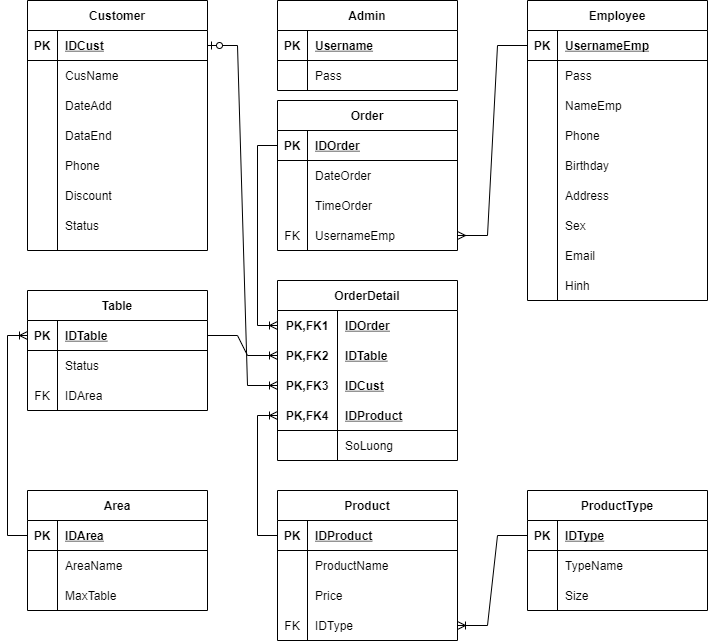
This is Img/ERD_QL_Coffee-HT.drawio.png from manhpdph15069/Coffee_QL_Sanfrancisco, a draw.io export, as it was before one commit. Source tidied: cells renumbered, new cells last; positions are measured from the earlier drawing's top-left corner, leaving out a move shared by most shapes.
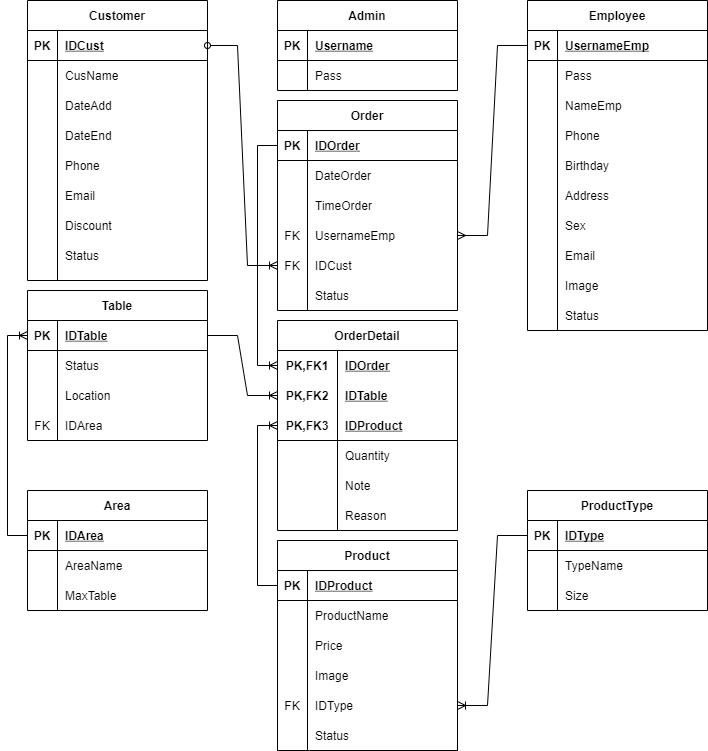
The same diagram one commit later.

Diff of the diagram source:
```diff
@@ -3,7 +3,7 @@
     <mxCell id="0" />
     <mxCell id="1" parent="0" />
     <mxCell id="2" value="Employee" style="shape=table;startSize=30;rowLines=0;fontStyle=1;align=center;" parent="1" vertex="1">
-      <mxGeometry x="520" width="180" height="300" as="geometry" />
+      <mxGeometry x="520" width="180" height="330" as="geometry" />
     </mxCell>
     <mxCell id="3" style="shape=partialRectangle;fillColor=none;top=0;left=0;bottom=1;right=0;points=[[0,0.5],[1,0.5]];portConstraint=eastwest;" parent="2" vertex="1">
       <mxGeometry y="30" width="180" height="30" as="geometry" />
@@ -83,11 +83,20 @@
     <mxCell id="28" style="shape=partialRectangle;fillColor=none;top=0;left=0;bottom=0;right=0;overflow=hidden;" parent="27" vertex="1">
       <mxGeometry width="30" height="30" as="geometry" />
     </mxCell>
-    <mxCell id="29" value="Hinh" style="shape=partialRectangle;fillColor=none;top=0;left=0;bottom=0;right=0;align=left;spacingLeft=6;overflow=hidden;" parent="27" vertex="1">
+    <mxCell id="29" value="Image" style="shape=partialRectangle;fillColor=none;top=0;left=0;bottom=0;right=0;align=left;spacingLeft=6;overflow=hidden;" parent="27" vertex="1">
       <mxGeometry x="30" width="150" height="30" as="geometry" />
     </mxCell>
+    <mxCell id="138" style="shape=partialRectangle;fillColor=none;top=0;left=0;bottom=0;right=0;" parent="2" vertex="1">
+      <mxGeometry y="300" width="180" height="30" as="geometry" />
+    </mxCell>
+    <mxCell id="139" style="shape=partialRectangle;fillColor=none;top=0;left=0;bottom=0;right=0;overflow=hidden;" parent="138" vertex="1">
+      <mxGeometry width="30" height="30" as="geometry" />
+    </mxCell>
+    <mxCell id="140" value="Status" style="shape=partialRectangle;fillColor=none;top=0;left=0;bottom=0;right=0;align=left;spacingLeft=6;overflow=hidden;" parent="138" vertex="1">
+      <mxGeometry x="30" width="150" height="30" as="geometry" />
+    </mxCell>
     <mxCell id="30" value="Order" style="shape=table;startSize=30;rowLines=0;fontStyle=1;align=center;" parent="1" vertex="1">
-      <mxGeometry x="270" y="100" width="180" height="150" as="geometry" />
+      <mxGeometry x="270" y="100" width="180" height="210" as="geometry" />
     </mxCell>
     <mxCell id="31" style="shape=partialRectangle;fillColor=none;top=0;left=0;bottom=1;right=0;points=[[0,0.5],[1,0.5]];portConstraint=eastwest;" parent="30" vertex="1">
       <mxGeometry y="30" width="180" height="30" as="geometry" />
@@ -125,8 +134,26 @@
     <mxCell id="42" value="UsernameEmp" style="shape=partialRectangle;fillColor=none;top=0;left=0;bottom=0;right=0;align=left;spacingLeft=6;overflow=hidden;" parent="40" vertex="1">
       <mxGeometry x="30" width="150" height="30" as="geometry" />
     </mxCell>
+    <mxCell id="141" style="shape=partialRectangle;fillColor=none;top=0;left=0;bottom=0;right=0;points=[[0,0.5],[1,0.5]];portConstraint=eastwest;" parent="30" vertex="1">
+      <mxGeometry y="150" width="180" height="30" as="geometry" />
+    </mxCell>
+    <mxCell id="142" value="FK" style="shape=partialRectangle;fillColor=none;top=0;left=0;bottom=0;right=0;overflow=hidden;" parent="141" vertex="1">
+      <mxGeometry width="30" height="30" as="geometry" />
+    </mxCell>
+    <mxCell id="52" value="IDCust" style="shape=partialRectangle;fillColor=none;top=0;left=0;bottom=0;right=0;align=left;spacingLeft=6;overflow=hidden;" parent="141" vertex="1">
+      <mxGeometry x="30" width="150" height="30" as="geometry" />
+    </mxCell>
+    <mxCell id="143" style="shape=partialRectangle;fillColor=none;top=0;left=0;bottom=0;right=0;" parent="30" vertex="1">
+      <mxGeometry y="180" width="180" height="30" as="geometry" />
+    </mxCell>
+    <mxCell id="144" style="shape=partialRectangle;fillColor=none;top=0;left=0;bottom=0;right=0;overflow=hidden;" parent="143" vertex="1">
+      <mxGeometry width="30" height="30" as="geometry" />
+    </mxCell>
+    <mxCell id="145" value="Status" style="shape=partialRectangle;fillColor=none;top=0;left=0;bottom=0;right=0;align=left;spacingLeft=6;overflow=hidden;" parent="143" vertex="1">
+      <mxGeometry x="30" width="150" height="30" as="geometry" />
+    </mxCell>
     <mxCell id="43" value="OrderDetail" style="shape=table;startSize=30;rowLines=0;fontStyle=1;align=center;" parent="1" vertex="1">
-      <mxGeometry x="270" y="280" width="180" height="180" as="geometry" />
+      <mxGeometry x="270" y="320" width="180" height="210" as="geometry" />
     </mxCell>
     <mxCell id="44" style="shape=partialRectangle;fillColor=none;top=0;left=0;bottom=0;right=0;points=[[0,0.5],[1,0.5]];portConstraint=eastwest;" parent="43" vertex="1">
       <mxGeometry y="30" width="180" height="30" as="geometry" />
@@ -146,35 +173,44 @@
     <mxCell id="49" value="IDTable" style="shape=partialRectangle;fillColor=none;top=0;left=0;bottom=0;right=0;align=left;spacingLeft=6;fontStyle=5;overflow=hidden;" parent="47" vertex="1">
       <mxGeometry x="60" width="120" height="30" as="geometry" />
     </mxCell>
-    <mxCell id="50" style="shape=partialRectangle;fillColor=none;top=0;left=0;bottom=0;right=0;points=[[0,0.5],[1,0.5]];portConstraint=eastwest;" parent="43" vertex="1">
-      <mxGeometry y="90" width="180" height="30" as="geometry" />
-    </mxCell>
-    <mxCell id="51" value="PK,FK3" style="shape=partialRectangle;fillColor=none;top=0;left=0;bottom=0;right=0;fontStyle=1;overflow=hidden;" parent="50" vertex="1">
-      <mxGeometry width="60" height="30" as="geometry" />
-    </mxCell>
-    <mxCell id="52" value="IDCust" style="shape=partialRectangle;fillColor=none;top=0;left=0;bottom=0;right=0;align=left;spacingLeft=6;fontStyle=5;overflow=hidden;" parent="50" vertex="1">
-      <mxGeometry x="60" width="120" height="30" as="geometry" />
-    </mxCell>
     <mxCell id="53" style="shape=partialRectangle;fillColor=none;top=0;left=0;bottom=1;right=0;points=[[0,0.5],[1,0.5]];portConstraint=eastwest;" parent="43" vertex="1">
-      <mxGeometry y="120" width="180" height="30" as="geometry" />
+      <mxGeometry y="90" width="180" height="30" as="geometry" />
     </mxCell>
-    <mxCell id="54" value="PK,FK4" style="shape=partialRectangle;fillColor=none;top=0;left=0;bottom=0;right=0;fontStyle=1;overflow=hidden;" parent="53" vertex="1">
+    <mxCell id="54" value="PK,FK3" style="shape=partialRectangle;fillColor=none;top=0;left=0;bottom=0;right=0;fontStyle=1;overflow=hidden;" parent="53" vertex="1">
       <mxGeometry width="60" height="30" as="geometry" />
     </mxCell>
     <mxCell id="55" value="IDProduct" style="shape=partialRectangle;fillColor=none;top=0;left=0;bottom=0;right=0;align=left;spacingLeft=6;fontStyle=5;overflow=hidden;" parent="53" vertex="1">
       <mxGeometry x="60" width="120" height="30" as="geometry" />
     </mxCell>
     <mxCell id="56" style="shape=partialRectangle;fillColor=none;top=0;left=0;bottom=0;right=0;" parent="43" vertex="1">
-      <mxGeometry y="150" width="180" height="30" as="geometry" />
+      <mxGeometry y="120" width="180" height="30" as="geometry" />
     </mxCell>
     <mxCell id="57" style="shape=partialRectangle;fillColor=none;top=0;left=0;bottom=0;right=0;overflow=hidden;" parent="56" vertex="1">
       <mxGeometry width="60" height="30" as="geometry" />
     </mxCell>
-    <mxCell id="58" value="SoLuong" style="shape=partialRectangle;fillColor=none;top=0;left=0;bottom=0;right=0;align=left;spacingLeft=6;overflow=hidden;" parent="56" vertex="1">
+    <mxCell id="58" value="Quantity" style="shape=partialRectangle;fillColor=none;top=0;left=0;bottom=0;right=0;align=left;spacingLeft=6;overflow=hidden;" parent="56" vertex="1">
       <mxGeometry x="60" width="120" height="30" as="geometry" />
     </mxCell>
+    <mxCell id="146" style="shape=partialRectangle;fillColor=none;top=0;left=0;bottom=0;right=0;" parent="43" vertex="1">
+      <mxGeometry y="150" width="180" height="30" as="geometry" />
+    </mxCell>
+    <mxCell id="147" style="shape=partialRectangle;fillColor=none;top=0;left=0;bottom=0;right=0;overflow=hidden;" parent="146" vertex="1">
+      <mxGeometry width="60" height="30" as="geometry" />
+    </mxCell>
+    <mxCell id="148" value="Note" style="shape=partialRectangle;fillColor=none;top=0;left=0;bottom=0;right=0;align=left;spacingLeft=6;overflow=hidden;" parent="146" vertex="1">
+      <mxGeometry x="60" width="120" height="30" as="geometry" />
+    </mxCell>
+    <mxCell id="149" style="shape=partialRectangle;fillColor=none;top=0;left=0;bottom=0;right=0;" parent="43" vertex="1">
+      <mxGeometry y="180" width="180" height="30" as="geometry" />
+    </mxCell>
+    <mxCell id="150" style="shape=partialRectangle;fillColor=none;top=0;left=0;bottom=0;right=0;overflow=hidden;" parent="149" vertex="1">
+      <mxGeometry width="60" height="30" as="geometry" />
+    </mxCell>
+    <mxCell id="151" value="Reason" style="shape=partialRectangle;fillColor=none;top=0;left=0;bottom=0;right=0;align=left;spacingLeft=6;overflow=hidden;" parent="149" vertex="1">
+      <mxGeometry x="60" width="120" height="30" as="geometry" />
+    </mxCell>
     <mxCell id="59" value="Product" style="shape=table;startSize=30;rowLines=0;fontStyle=1;align=center;" parent="1" vertex="1">
-      <mxGeometry x="270" y="490" width="180" height="150" as="geometry" />
+      <mxGeometry x="270" y="540" width="180" height="210" as="geometry" />
     </mxCell>
     <mxCell id="60" style="shape=partialRectangle;fillColor=none;top=0;left=0;bottom=1;right=0;points=[[0,0.5],[1,0.5]];portConstraint=eastwest;" parent="59" vertex="1">
       <mxGeometry y="30" width="180" height="30" as="geometry" />
@@ -203,8 +239,17 @@
     <mxCell id="68" value="Price" style="shape=partialRectangle;fillColor=none;top=0;left=0;bottom=0;right=0;align=left;spacingLeft=6;overflow=hidden;" parent="66" vertex="1">
       <mxGeometry x="30" width="150" height="30" as="geometry" />
     </mxCell>
+    <mxCell id="152" style="shape=partialRectangle;fillColor=none;top=0;left=0;bottom=0;right=0;" parent="59" vertex="1">
+      <mxGeometry y="120" width="180" height="30" as="geometry" />
+    </mxCell>
+    <mxCell id="153" style="shape=partialRectangle;fillColor=none;top=0;left=0;bottom=0;right=0;overflow=hidden;" parent="152" vertex="1">
+      <mxGeometry width="30" height="30" as="geometry" />
+    </mxCell>
+    <mxCell id="154" value="Image" style="shape=partialRectangle;fillColor=none;top=0;left=0;bottom=0;right=0;align=left;spacingLeft=6;overflow=hidden;" parent="152" vertex="1">
+      <mxGeometry x="30" width="150" height="30" as="geometry" />
+    </mxCell>
     <mxCell id="69" style="shape=partialRectangle;fillColor=none;top=0;left=0;bottom=0;right=0;points=[[0,0.5],[1,0.5]];portConstraint=eastwest;" parent="59" vertex="1">
-      <mxGeometry y="120" width="180" height="30" as="geometry" />
+      <mxGeometry y="150" width="180" height="30" as="geometry" />
     </mxCell>
     <mxCell id="70" value="FK" style="shape=partialRectangle;fillColor=none;top=0;left=0;bottom=0;right=0;overflow=hidden;" parent="69" vertex="1">
       <mxGeometry width="30" height="30" as="geometry" />
@@ -212,6 +257,15 @@
     <mxCell id="71" value="IDType" style="shape=partialRectangle;fillColor=none;top=0;left=0;bottom=0;right=0;align=left;spacingLeft=6;overflow=hidden;" parent="69" vertex="1">
       <mxGeometry x="30" width="150" height="30" as="geometry" />
     </mxCell>
+    <mxCell id="155" style="shape=partialRectangle;fillColor=none;top=0;left=0;bottom=0;right=0;" parent="59" vertex="1">
+      <mxGeometry y="180" width="180" height="30" as="geometry" />
+    </mxCell>
+    <mxCell id="156" style="shape=partialRectangle;fillColor=none;top=0;left=0;bottom=0;right=0;overflow=hidden;" parent="155" vertex="1">
+      <mxGeometry width="30" height="30" as="geometry" />
+    </mxCell>
+    <mxCell id="157" value="Status" style="shape=partialRectangle;fillColor=none;top=0;left=0;bottom=0;right=0;align=left;spacingLeft=6;overflow=hidden;" parent="155" vertex="1">
+      <mxGeometry x="30" width="150" height="30" as="geometry" />
+    </mxCell>
     <mxCell id="72" value="ProductType" style="shape=table;startSize=30;rowLines=0;fontStyle=1;align=center;" parent="1" vertex="1">
       <mxGeometry x="520" y="490" width="180" height="120" as="geometry" />
     </mxCell>
@@ -243,7 +297,7 @@
       <mxGeometry x="30" width="150" height="30" as="geometry" />
     </mxCell>
     <mxCell id="82" value="Table" style="shape=table;startSize=30;rowLines=0;fontStyle=1;align=center;" parent="1" vertex="1">
-      <mxGeometry x="20" y="290" width="180" height="120" as="geometry" />
+      <mxGeometry x="20" y="290" width="180" height="150" as="geometry" />
     </mxCell>
     <mxCell id="83" style="shape=partialRectangle;fillColor=none;top=0;left=0;bottom=1;right=0;points=[[0,0.5],[1,0.5]];portConstraint=eastwest;" parent="82" vertex="1">
       <mxGeometry y="30" width="180" height="30" as="geometry" />
@@ -263,8 +317,17 @@
     <mxCell id="88" value="Status" style="shape=partialRectangle;fillColor=none;top=0;left=0;bottom=0;right=0;align=left;spacingLeft=6;overflow=hidden;" parent="86" vertex="1">
       <mxGeometry x="30" width="150" height="30" as="geometry" />
     </mxCell>
+    <mxCell id="50" style="shape=partialRectangle;fillColor=none;top=0;left=0;bottom=0;right=0;points=[[0,0.5],[1,0.5]];portConstraint=eastwest;" parent="82" vertex="1">
+      <mxGeometry y="90" width="180" height="30" as="geometry" />
+    </mxCell>
+    <mxCell id="158" style="shape=partialRectangle;fillColor=none;top=0;left=0;bottom=0;right=0;overflow=hidden;" parent="50" vertex="1">
+      <mxGeometry width="30" height="30" as="geometry" />
+    </mxCell>
+    <mxCell id="159" value="Location" style="shape=partialRectangle;fillColor=none;top=0;left=0;bottom=0;right=0;align=left;spacingLeft=6;overflow=hidden;" parent="50" vertex="1">
+      <mxGeometry x="30" width="150" height="30" as="geometry" />
+    </mxCell>
     <mxCell id="89" style="shape=partialRectangle;fillColor=none;top=0;left=0;bottom=0;right=0;" parent="82" vertex="1">
-      <mxGeometry y="90" width="180" height="30" as="geometry" />
+      <mxGeometry y="120" width="180" height="30" as="geometry" />
     </mxCell>
     <mxCell id="90" value="FK" style="shape=partialRectangle;fillColor=none;top=0;left=0;bottom=0;right=0;overflow=hidden;" parent="89" vertex="1">
       <mxGeometry width="30" height="30" as="geometry" />
@@ -354,7 +417,7 @@
       <mxGeometry relative="1" as="geometry" />
     </mxCell>
     <mxCell id="115" value="Customer" style="shape=table;startSize=30;rowLines=0;fontStyle=1;align=center;" parent="1" vertex="1">
-      <mxGeometry x="20" width="180" height="250" as="geometry" />
+      <mxGeometry x="20" width="180" height="280" as="geometry" />
     </mxCell>
     <mxCell id="116" style="shape=partialRectangle;fillColor=none;top=0;left=0;bottom=1;right=0;points=[[0,0.5],[1,0.5]];portConstraint=eastwest;" parent="115" vertex="1">
       <mxGeometry y="30" width="180" height="30" as="geometry" />
@@ -389,7 +452,7 @@
     <mxCell id="126" style="shape=partialRectangle;fillColor=none;top=0;left=0;bottom=0;right=0;overflow=hidden;" parent="125" vertex="1">
       <mxGeometry width="30" height="30" as="geometry" />
     </mxCell>
-    <mxCell id="127" value="DataEnd" style="shape=partialRectangle;fillColor=none;top=0;left=0;bottom=0;right=0;align=left;spacingLeft=6;overflow=hidden;" parent="125" vertex="1">
+    <mxCell id="127" value="DateEnd" style="shape=partialRectangle;fillColor=none;top=0;left=0;bottom=0;right=0;align=left;spacingLeft=6;overflow=hidden;" parent="125" vertex="1">
       <mxGeometry x="30" width="150" height="30" as="geometry" />
     </mxCell>
     <mxCell id="128" style="shape=partialRectangle;fillColor=none;top=0;left=0;bottom=0;right=0;" parent="115" vertex="1">
@@ -401,8 +464,17 @@
     <mxCell id="130" value="Phone" style="shape=partialRectangle;fillColor=none;top=0;left=0;bottom=0;right=0;align=left;spacingLeft=6;overflow=hidden;" parent="128" vertex="1">
       <mxGeometry x="30" width="150" height="30" as="geometry" />
     </mxCell>
+    <mxCell id="160" style="shape=partialRectangle;fillColor=none;top=0;left=0;bottom=0;right=0;" parent="115" vertex="1">
+      <mxGeometry y="180" width="180" height="30" as="geometry" />
+    </mxCell>
+    <mxCell id="161" style="shape=partialRectangle;fillColor=none;top=0;left=0;bottom=0;right=0;overflow=hidden;" parent="160" vertex="1">
+      <mxGeometry width="30" height="30" as="geometry" />
+    </mxCell>
+    <mxCell id="162" value="Email" style="shape=partialRectangle;fillColor=none;top=0;left=0;bottom=0;right=0;align=left;spacingLeft=6;overflow=hidden;" parent="160" vertex="1">
+      <mxGeometry x="30" width="150" height="30" as="geometry" />
+    </mxCell>
     <mxCell id="131" style="shape=partialRectangle;fillColor=none;top=0;left=0;bottom=0;right=0;" parent="115" vertex="1">
-      <mxGeometry y="180" width="180" height="30" as="geometry" />
+      <mxGeometry y="210" width="180" height="30" as="geometry" />
     </mxCell>
     <mxCell id="132" style="shape=partialRectangle;fillColor=none;top=0;left=0;bottom=0;right=0;overflow=hidden;" parent="131" vertex="1">
       <mxGeometry width="30" height="30" as="geometry" />
@@ -411,7 +483,7 @@
       <mxGeometry x="30" width="150" height="30" as="geometry" />
     </mxCell>
     <mxCell id="134" style="shape=partialRectangle;fillColor=none;top=0;left=0;bottom=0;right=0;" parent="115" vertex="1">
-      <mxGeometry y="210" width="180" height="30" as="geometry" />
+      <mxGeometry y="240" width="180" height="30" as="geometry" />
     </mxCell>
     <mxCell id="135" style="shape=partialRectangle;fillColor=none;top=0;left=0;bottom=0;right=0;overflow=hidden;" parent="134" vertex="1">
       <mxGeometry width="30" height="30" as="geometry" />
@@ -419,8 +491,13 @@
     <mxCell id="136" value="Status" style="shape=partialRectangle;fillColor=none;top=0;left=0;bottom=0;right=0;align=left;spacingLeft=6;overflow=hidden;" parent="134" vertex="1">
       <mxGeometry x="30" width="150" height="30" as="geometry" />
     </mxCell>
-    <mxCell id="137" style="edgeStyle=entityRelationEdgeStyle;fontSize=12;html=1;endArrow=ERoneToMany;startArrow=ERzeroToOne;rounded=0;entryX=0;entryY=0.5;entryDx=0;entryDy=0;exitX=1;exitY=0.5;exitDx=0;exitDy=0;" parent="1" edge="1" source="116" target="50">
+    <mxCell id="137" style="edgeStyle=entityRelationEdgeStyle;fontSize=12;html=1;endArrow=ERoneToMany;startArrow=ERzeroToOne;rounded=0;entryX=0;entryY=0.5;entryDx=0;entryDy=0;exitX=1;exitY=0.5;exitDx=0;exitDy=0;" parent="1" edge="1" source="116" target="x">
       <mxGeometry relative="1" as="geometry" />
     </mxCell>
+    <mxCell id="163" style="edgeStyle=entityRelationEdgeStyle;fontSize=12;html=1;endArrow=ERoneToMany;rounded=0;entryX=0;entryY=0.5;entryDx=0;entryDy=0;startArrow=oval;startFill=0;" parent="1" edge="1" target="141">
+      <mxGeometry relative="1" as="geometry">
+        <mxPoint x="200" y="45" as="sourcePoint" />
+      </mxGeometry>
+    </mxCell>
   </root>
 </mxGraphModel>
```
